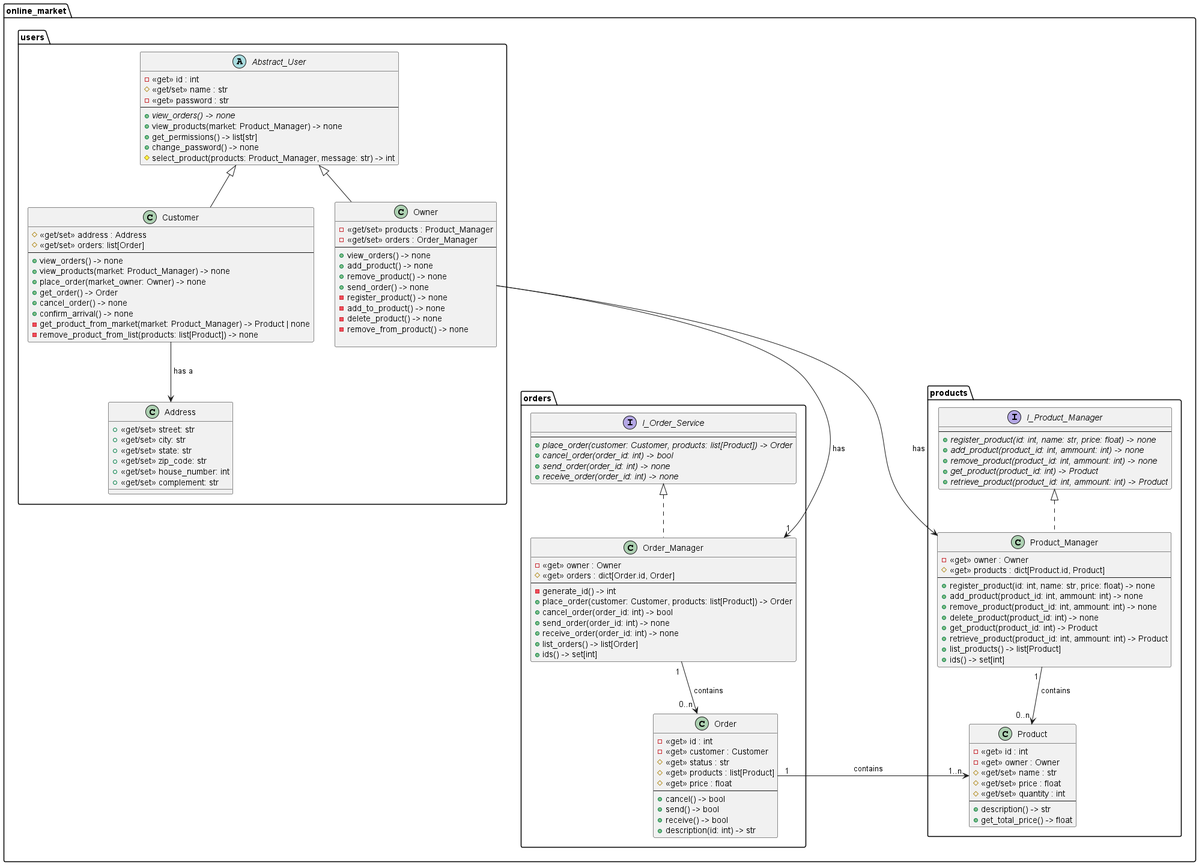
Before: docs/online_market.png, a diagram exported from PlantUML (Brugger-UFMG/Online-Market). Its diagram source:
```plantuml
@startuml online_market

package online_market {
    package orders {
        interface I_Order_Service {
            --
            + {abstract} place_order(customer: Customer, products: list[Product]) -> Order
            + {abstract} cancel_order(order_id: int) -> bool
            + {abstract} send_order(order_id: int) -> none
            + {abstract} receive_order(order_id: int) -> none
        }

        class Order_Manager {
            - «get» owner : Owner
            # «get» orders : dict[Order.id, Order]
            --
            - generate_id() -> int
            + place_order(customer: Customer, products: list[Product]) -> Order
            + cancel_order(order_id: int) -> bool
            + send_order(order_id: int) -> none
            + receive_order(order_id: int) -> none
            + list_orders() -> list[Order]
            + ids() -> set[int]
        }

        class Order {
            - «get» id : int
            - «get» customer : Customer
            # «get» status : str
            # «get» products : list[Product]
            # «get» price : float
            --
            + cancel() -> bool
            + send() -> bool
            + receive() -> bool
            + description(id: int) -> str
        }

    }

    package products {
        interface I_Product_Manager {
            --
            + {abstract} register_product(id: int, name: str, price: float) -> none
            + {abstract} add_product(product_id: int, ammount: int) -> none
            + {abstract} remove_product(product_id: int, ammount: int) -> none
            + {abstract} get_product(product_id: int) -> Product
            + {abstract} retrieve_product(product_id: int, ammount: int) -> Product
        }

        class Product_Manager {
            - «get» owner : Owner
            # «get» products : dict[Product.id, Product]
            --
            + register_product(id: int, name: str, price: float) -> none
            + add_product(product_id: int, ammount: int) -> none
            + remove_product(product_id: int, ammount: int) -> none
            + delete_product(product_id: int) -> none
            + get_product(product_id: int) -> Product
            + retrieve_product(product_id: int, ammount: int) -> Product
            + list_products() -> list[Product]
            + ids() -> set[int]
        }

        class Product {
            - «get» id : int
            - «get» owner : Owner
            # «get/set» name : str
            # «get/set» price : float
            # «get/set» quantity : int
            --
            + description() -> str
            + get_total_price() -> float
        }
    }

    package users {
        abstract class Abstract_User {
            - «get» id : int
            # «get/set» name : str
            - «get» password : str
            --
            + {abstract} view_orders() -> none
            + view_products(market: Product_Manager) -> none
            + get_permissions() -> list[str]
            + change_password() -> none
            # select_product(products: Product_Manager, message: str) -> int
        }

        class Owner {
            - «get/set» products : Product_Manager
            - «get/set» orders : Order_Manager
            --
            + view_orders() -> none
            + add_product() -> none
            + remove_product() -> none
            + send_order() -> none
            - register_product() -> none
            - add_to_product() -> none
            - delete_product() -> none
            - remove_from_product() -> none

        }

        class Customer {
            # «get/set» address : Address
            # «get/set» orders: list[Order]
            --
            + view_orders() -> none
            + view_products(market: Product_Manager) -> none
            + place_order(market_owner: Owner) -> none
            + get_order() -> Order
            + cancel_order() -> none
            + confirm_arrival() -> none
            - get_product_from_market(market: Product_Manager) -> Product | none
            - remove_product_from_list(products: list[Product]) -> none
        }

        class Address {
            + «get/set» street: str
            + «get/set» city: str
            + «get/set» state: str
            + «get/set» zip_code: str
            + «get/set» house_number: int
            + «get/set» complement: str
        }
    }
}

I_Order_Service <|.down. Order_Manager
Product " 1..n " <-right-- " 1 " Order : " contains     "

Order_Manager " 1 " -down-> " 0..n " Order : " contains "

I_Product_Manager <|.down. Product_Manager

Product_Manager " 1 " -down-> " 0..n " Product : " contains "

Abstract_User <|-- Owner
Abstract_User <|-- Customer

Owner -down--> " 1 " Order_Manager : " has "
Owner -down--> " 1 " Product_Manager : " has "
Customer -down-> Address : " has a "


@enduml
```
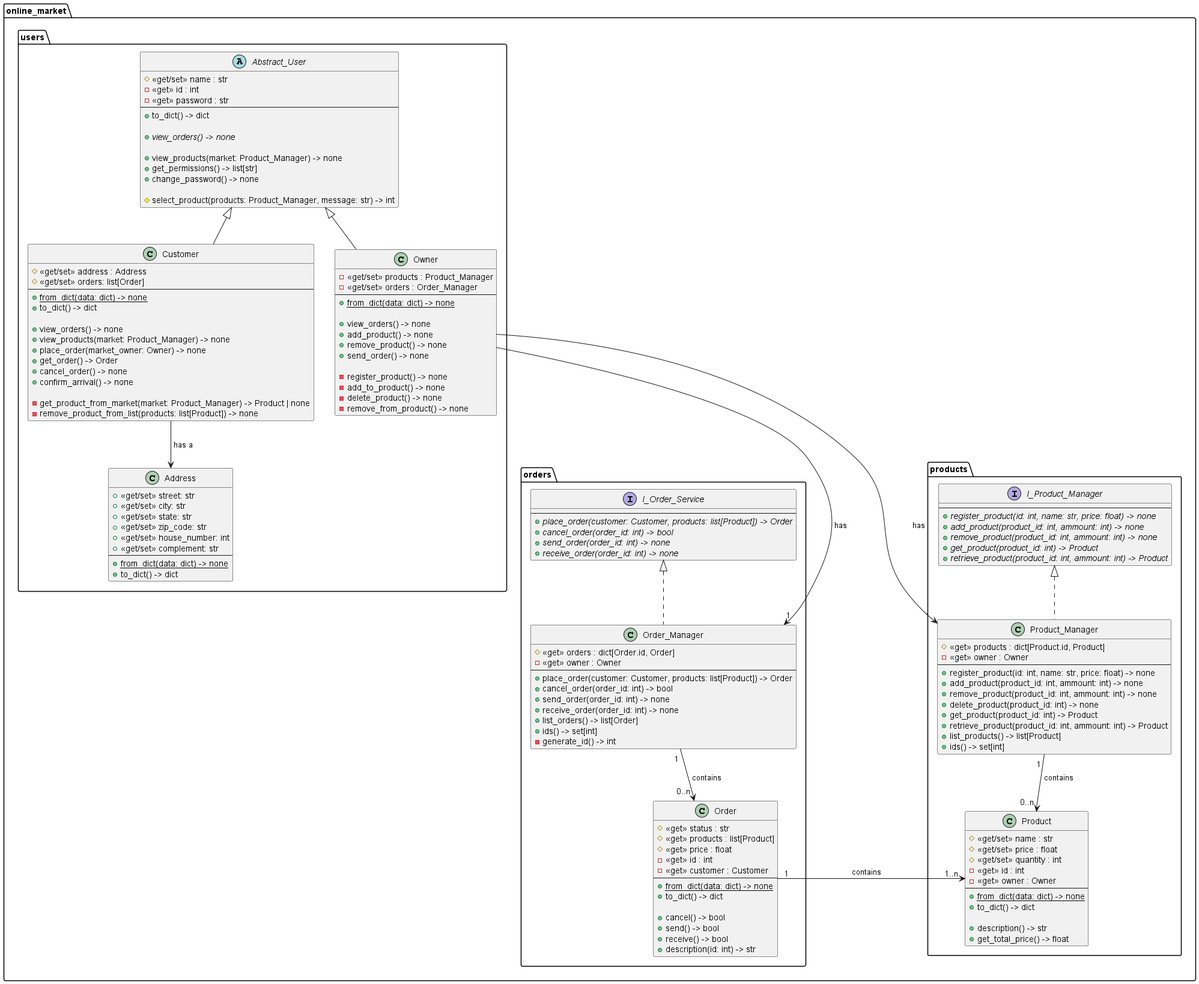
The same file after the commit.

Commit message:
Atualizada a imagem do diagrama UML

The edit, as a diff of the source:
```diff
@@ -11,25 +11,28 @@
         }
 
         class Order_Manager {
+            # «get» orders : dict[Order.id, Order]
             - «get» owner : Owner
-            # «get» orders : dict[Order.id, Order]
             --
-            - generate_id() -> int
             + place_order(customer: Customer, products: list[Product]) -> Order
             + cancel_order(order_id: int) -> bool
             + send_order(order_id: int) -> none
             + receive_order(order_id: int) -> none
             + list_orders() -> list[Order]
             + ids() -> set[int]
+            - generate_id() -> int
         }
 
         class Order {
-            - «get» id : int
-            - «get» customer : Customer
             # «get» status : str
             # «get» products : list[Product]
             # «get» price : float
+            - «get» id : int
+            - «get» customer : Customer
             --
+            + {static} from_dict(data: dict) -> none
+            + to_dict() -> dict
+
             + cancel() -> bool
             + send() -> bool
             + receive() -> bool
@@ -49,8 +52,8 @@
         }
 
         class Product_Manager {
+            # «get» products : dict[Product.id, Product]
             - «get» owner : Owner
-            # «get» products : dict[Product.id, Product]
             --
             + register_product(id: int, name: str, price: float) -> none
             + add_product(product_id: int, ammount: int) -> none
@@ -63,12 +66,15 @@
         }
 
         class Product {
-            - «get» id : int
-            - «get» owner : Owner
             # «get/set» name : str
             # «get/set» price : float
             # «get/set» quantity : int
+            - «get» id : int
+            - «get» owner : Owner
             --
+            + {static} from_dict(data: dict) -> none
+            + to_dict() -> dict
+
             + description() -> str
             + get_total_price() -> float
         }
@@ -76,14 +82,18 @@
 
     package users {
         abstract class Abstract_User {
+            # «get/set» name : str
             - «get» id : int
-            # «get/set» name : str
             - «get» password : str
             --
+            + to_dict() -> dict
+
             + {abstract} view_orders() -> none
+
             + view_products(market: Product_Manager) -> none
             + get_permissions() -> list[str]
             + change_password() -> none
+
             # select_product(products: Product_Manager, message: str) -> int
         }
 
@@ -91,27 +101,33 @@
             - «get/set» products : Product_Manager
             - «get/set» orders : Order_Manager
             --
+            + {static} from_dict(data: dict) -> none
+
             + view_orders() -> none
             + add_product() -> none
             + remove_product() -> none
             + send_order() -> none
+
             - register_product() -> none
             - add_to_product() -> none
             - delete_product() -> none
             - remove_from_product() -> none
-
         }
 
         class Customer {
             # «get/set» address : Address
             # «get/set» orders: list[Order]
             --
+            + {static} from_dict(data: dict) -> none
+            + to_dict() -> dict
+
             + view_orders() -> none
             + view_products(market: Product_Manager) -> none
             + place_order(market_owner: Owner) -> none
             + get_order() -> Order
             + cancel_order() -> none
             + confirm_arrival() -> none
+
             - get_product_from_market(market: Product_Manager) -> Product | none
             - remove_product_from_list(products: list[Product]) -> none
         }
@@ -123,6 +139,9 @@
             + «get/set» zip_code: str
             + «get/set» house_number: int
             + «get/set» complement: str
+            --
+            + {static} from_dict(data: dict) -> none
+            + to_dict() -> dict
         }
     }
 }
```
